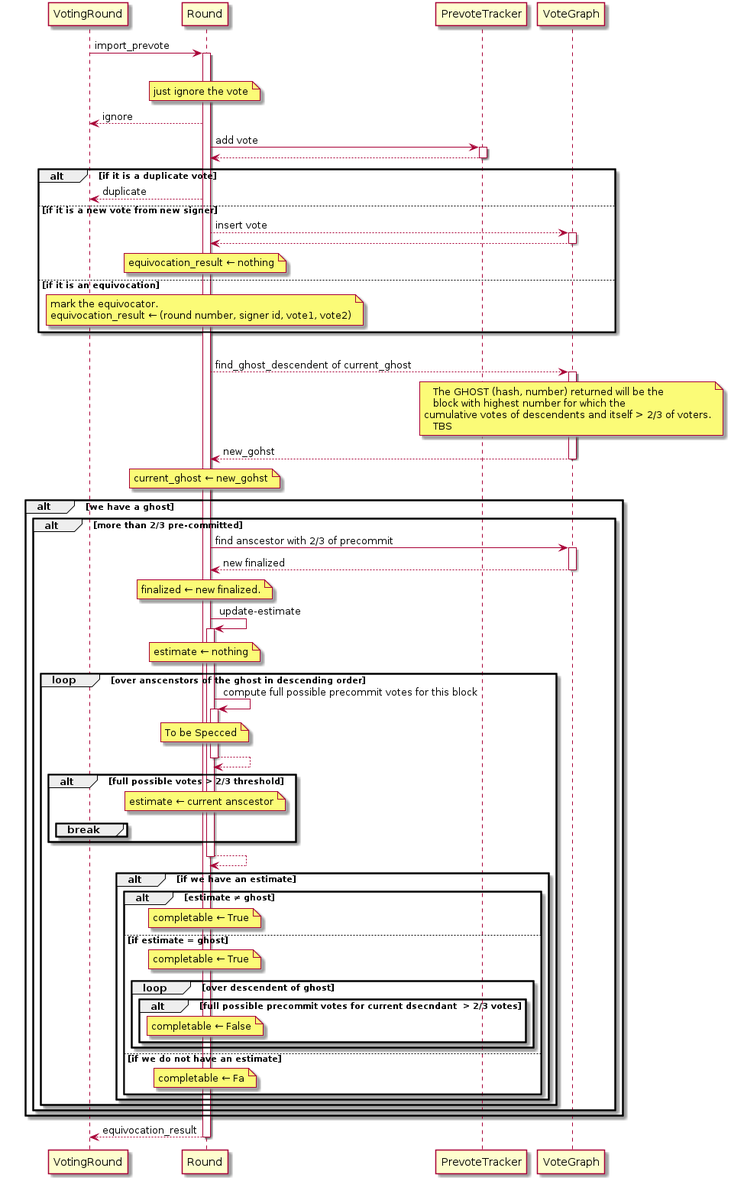
The PlantUML diagram umls/grandpa_votes.png in w3f/polkadot-spec, before a commit. Source of this version:
```plantuml
@startuml

VotingRound -> Round ++ : import_prevote
  alt voter is not in voters set
     note over Round: just ignore the vote
     Round --> VotingRound : ignore
  else
    Round -> PrevoteTracker ++ : add vote
    return
    alt if it is a duplicate vote
      Round --> VotingRound : duplicate
    else if it is a new vote from new signer
      Round --> VoteGraph ++ : insert vote
      return
      note over Round: equivocation_result ← nothing
    else  if it is an equivocation
      note over Round
        mark the equivocator.
        equivocation_result ← (round number, signer id, vote1, vote2)
      end note
    end

    alt #prevotes > 2/3 possible voters
       Round --> VoteGraph ++ : find_ghost_descendent of current_ghost
         note over VoteGraph
           The GHOST (hash, number) returned will be the
           block with highest number for which the
	       cumulative votes of descendents and itself > 2/3 of voters.
           TBS
         end note
      return new_gohst
      note over Round
        current_ghost ← new_gohst
      end note
      alt we have a ghost
        alt more than 2/3 pre-committed
          Round -> VoteGraph ++ : find anscestor with 2/3 of precommit
          return new finalized
          note over Round: finalized ← new finalized.
          Round -> Round ++ : update-estimate
            note over Round: estimate ← nothing
            loop over anscenstors of the ghost in descending order
              Round -> Round ++ : compute full possible precommit votes for this block
                note over Round: To be Specced
              return
              alt full possible votes > 2/3 threshold
                note over Round: estimate ← current anscestor
                break
              end
            end
          return
          alt if we have an estimate
            alt estimate ≠ ghost
              note over Round: completable ← True
            else if estimate = ghost
              note over Round: completable ← True
              loop over descendent of ghost
                alt full possible precommit votes for current dsecndant  > 2/3 votes
                note over Round: completable ← False
                end
             end
          else if we do not have an estimate
                note over Round: completable ← Fa
          end
        end
      end
    end
  end
return equivocation_result
@enduml
```
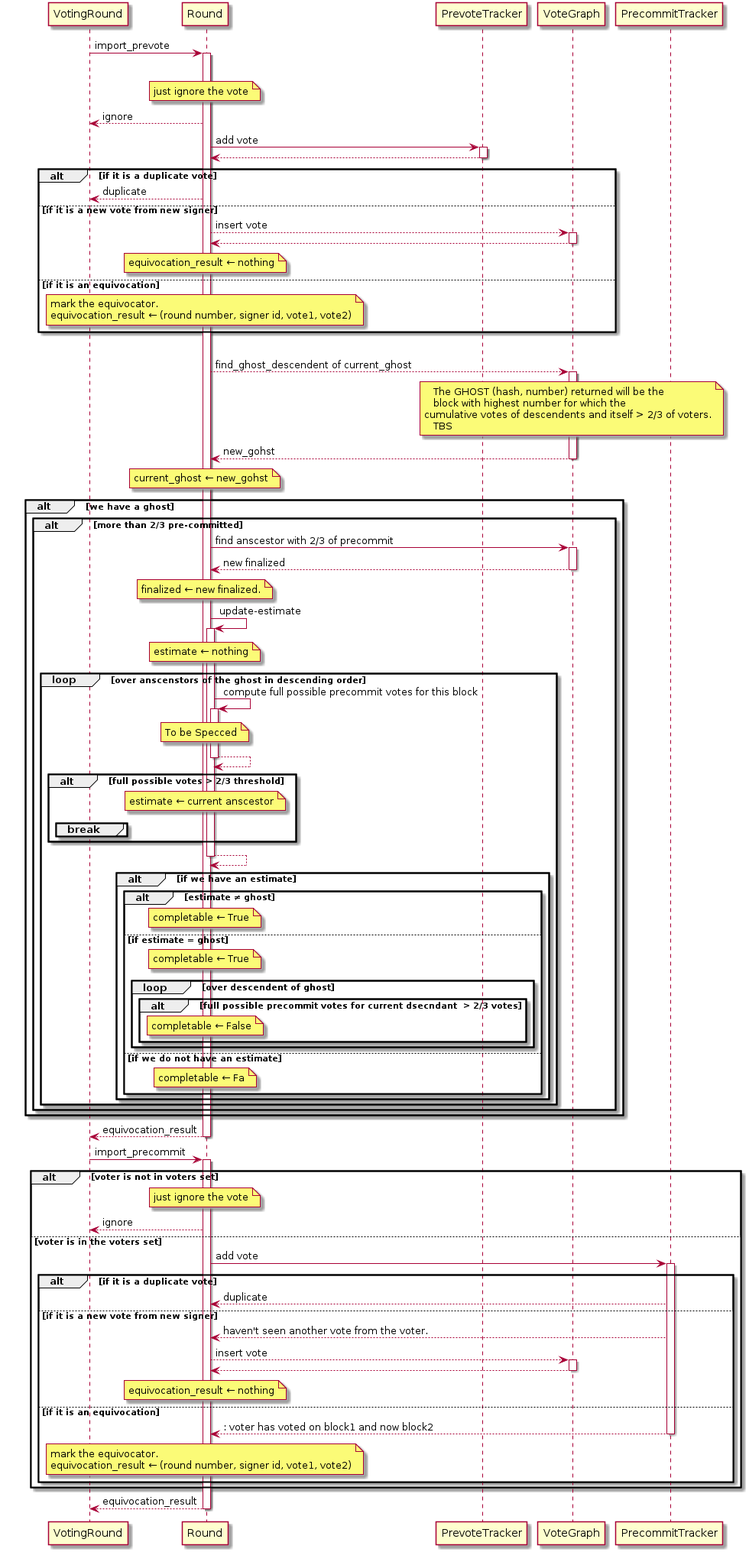
Above is the later version.

Commit message:
import_precommit specced in umls/grandpa-uml.org

The edit, as a diff of the source:
```diff
@@ -67,4 +67,29 @@
     end
   end
 return equivocation_result
+
+VotingRound -> Round ++ : import_precommit
+  alt voter is not in voters set
+     note over Round: just ignore the vote
+     Round --> VotingRound : ignore
+  else voter is in the voters set
+    Round -> PrecommitTracker ++ : add vote
+    alt if it is a duplicate vote
+      PrecommitTracker --> Round : duplicate
+    else if it is a new vote from new signer
+      PrecommitTracker --> Round : haven't seen another vote from the voter.
+      Round --> VoteGraph ++ : insert vote
+      return
+      note over Round: equivocation_result ← nothing
+    else  if it is an equivocation
+      return : voter has voted on block1 and now block2
+      note over Round
+        mark the equivocator.
+        equivocation_result ← (round number, signer id, vote1, vote2)
+      end note
+    end
+
+  end
+return equivocation_result
+
 @enduml
```
